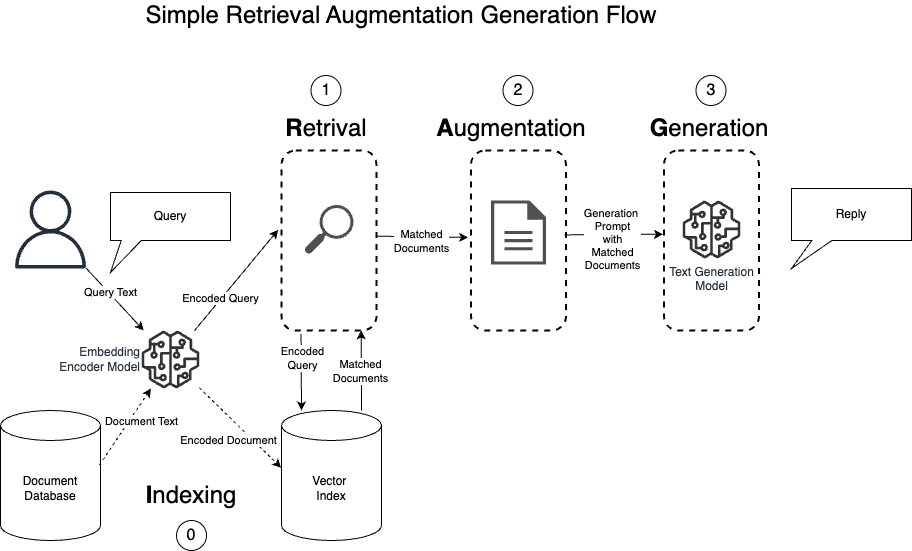
saied89/advanced-rag keeps this draw.io diagram as images/Naiive_RAG.png. Above is the earlier version. Source tidied: cells renumbered, new cells last; positions are measured from the earlier drawing's top-left corner, leaving out a move shared by most shapes.
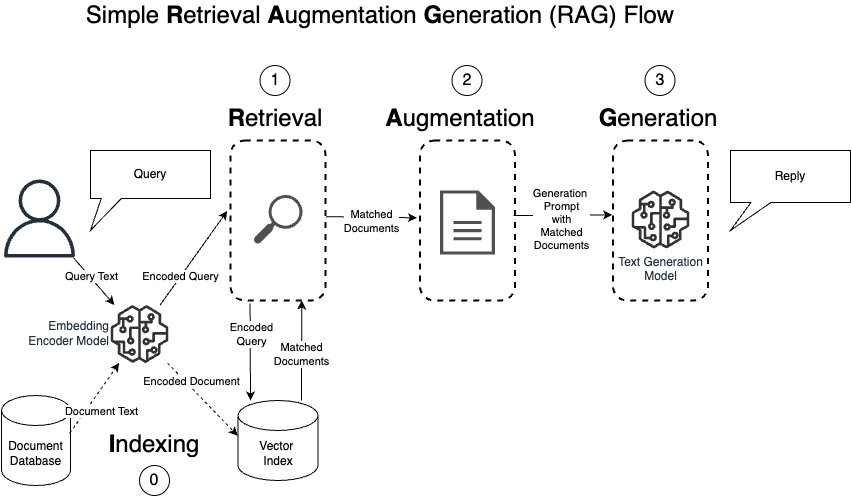
After the change.

Commit message:
Typo and cleanup of diagrams.

Diff of the diagram source:
```diff
@@ -3,28 +3,28 @@
     <mxCell id="0" />
     <mxCell id="1" parent="0" />
     <mxCell id="2" style="sketch=0;outlineConnect=0;fontColor=#232F3E;gradientColor=none;fillColor=#232F3D;strokeColor=none;dashed=0;verticalLabelPosition=bottom;verticalAlign=top;align=center;html=1;fontSize=12;fontStyle=0;shape=mxgraph.aws4.user;" parent="1" vertex="1">
-      <mxGeometry x="11" y="190" width="78" height="78" as="geometry" />
+      <mxGeometry x="51" y="189" width="78" height="78" as="geometry" />
     </mxCell>
     <mxCell id="3" value="Vector&amp;nbsp;&lt;br&gt;Index" style="shape=cylinder3;whiteSpace=wrap;html=1;boundedLbl=1;backgroundOutline=1;size=15;" parent="1" vertex="1">
-      <mxGeometry x="281" y="410" width="100" height="130" as="geometry" />
+      <mxGeometry x="288.5" y="410" width="80" height="80" as="geometry" />
     </mxCell>
     <mxCell id="4" value="Document&lt;div&gt;Database&lt;/div&gt;" style="shape=cylinder3;whiteSpace=wrap;html=1;boundedLbl=1;backgroundOutline=1;size=15;" parent="1" vertex="1">
-      <mxGeometry y="410" width="100" height="130" as="geometry" />
+      <mxGeometry x="52" y="405" width="69" height="90" as="geometry" />
     </mxCell>
     <mxCell id="5" style="rounded=1;whiteSpace=wrap;html=1;strokeWidth=2;dashed=1;" parent="1" vertex="1">
-      <mxGeometry x="281" y="150" width="95" height="180" as="geometry" />
+      <mxGeometry x="281" y="150" width="95" height="160" as="geometry" />
     </mxCell>
     <mxCell id="6" style="rounded=1;whiteSpace=wrap;html=1;strokeWidth=2;dashed=1;" parent="1" vertex="1">
-      <mxGeometry x="470.5" y="150" width="95" height="180" as="geometry" />
+      <mxGeometry x="470.5" y="150" width="95" height="160" as="geometry" />
     </mxCell>
     <mxCell id="7" style="rounded=1;whiteSpace=wrap;html=1;strokeWidth=2;dashed=1;" parent="1" vertex="1">
-      <mxGeometry x="663.5" y="150" width="95" height="180" as="geometry" />
+      <mxGeometry x="663.5" y="150" width="95" height="160" as="geometry" />
     </mxCell>
     <mxCell id="8" value="Query" style="shape=callout;whiteSpace=wrap;html=1;perimeter=calloutPerimeter;position2=0;size=32;position=0.09;" parent="1" vertex="1">
-      <mxGeometry x="110" y="192" width="120" height="80" as="geometry" />
+      <mxGeometry x="141" y="160" width="120" height="80" as="geometry" />
     </mxCell>
     <mxCell id="9" value="Reply" style="shape=callout;whiteSpace=wrap;html=1;perimeter=calloutPerimeter;position2=0;size=28;position=0.17;" parent="1" vertex="1">
-      <mxGeometry x="791" y="188" width="120" height="80" as="geometry" />
+      <mxGeometry x="781" y="160" width="120" height="80" as="geometry" />
     </mxCell>
     <mxCell id="10" value="&lt;font style=&quot;font-size: 16px;&quot;&gt;1&lt;/font&gt;" style="ellipse;whiteSpace=wrap;html=1;fontSize=14;" parent="1" vertex="1">
       <mxGeometry x="310.5" y="75" width="30" height="30" as="geometry" />
@@ -35,7 +35,7 @@
     <mxCell id="12" value="&lt;font style=&quot;font-size: 16px;&quot;&gt;3&lt;/font&gt;" style="ellipse;whiteSpace=wrap;html=1;fontSize=14;" parent="1" vertex="1">
       <mxGeometry x="695.5" y="75" width="30" height="30" as="geometry" />
     </mxCell>
-    <mxCell id="13" value="&lt;b&gt;R&lt;/b&gt;etrival" style="text;html=1;align=center;verticalAlign=middle;whiteSpace=wrap;rounded=0;fontSize=24;" parent="1" vertex="1">
+    <mxCell id="13" value="&lt;b&gt;R&lt;/b&gt;etrieval" style="text;html=1;align=center;verticalAlign=middle;whiteSpace=wrap;rounded=0;fontSize=24;" parent="1" vertex="1">
       <mxGeometry x="276" y="113" width="100" height="30" as="geometry" />
     </mxCell>
     <mxCell id="14" value="&lt;b&gt;A&lt;/b&gt;ugmentation" style="text;html=1;align=center;verticalAlign=middle;whiteSpace=wrap;rounded=0;fontSize=24;" parent="1" vertex="1">
@@ -54,7 +54,7 @@
       <mxGeometry x="490.6" y="200" width="54.9" height="64" as="geometry" />
     </mxCell>
     <mxCell id="19" value="Embedding &lt;br&gt;Encoder Model" style="sketch=0;outlineConnect=0;fontColor=#232F3E;gradientColor=none;fillColor=#333333;strokeColor=none;dashed=0;verticalLabelPosition=middle;verticalAlign=middle;align=right;html=1;fontSize=12;fontStyle=0;shape=mxgraph.aws4.sagemaker_model;labelPosition=left;" parent="1" vertex="1">
-      <mxGeometry x="141" y="330" width="58" height="58" as="geometry" />
+      <mxGeometry x="161" y="314.5" width="58" height="58" as="geometry" />
     </mxCell>
     <mxCell id="20" style="endArrow=classic;html=1;rounded=0;" parent="1" edge="1" source="2" target="19">
       <mxGeometry relative="1" as="geometry" />
@@ -73,7 +73,7 @@
     </mxCell>
     <mxCell id="25" value="Document Text" style="edgeLabel;html=1;align=center;verticalAlign=middle;" parent="24" vertex="1">
       <mxGeometry x="-0.2" y="1" relative="1" as="geometry">
-        <mxPoint x="22" y="-13" as="offset" />
+        <mxPoint x="12" y="6" as="offset" />
       </mxGeometry>
     </mxCell>
     <mxCell id="26" style="endArrow=classic;html=1;rounded=0;entryX=-0.004;entryY=0.44;entryDx=0;entryDy=0;entryPerimeter=0;dashed=1;" parent="1" edge="1" source="19" target="3">
@@ -81,17 +81,21 @@
     </mxCell>
     <mxCell id="27" value="Encoded Document" style="edgeLabel;html=1;align=center;verticalAlign=middle;" parent="26" vertex="1">
       <mxGeometry x="-0.38" y="1" relative="1" as="geometry">
-        <mxPoint x="2" y="28" as="offset" />
+        <mxPoint x="1" y="-4" as="offset" />
       </mxGeometry>
     </mxCell>
-    <mxCell id="28" style="endArrow=classic;html=1;rounded=0;entryX=0.2;entryY=0;entryDx=0;entryDy=0;entryPerimeter=0;exitX=0.206;exitY=1.019;exitDx=0;exitDy=0;exitPerimeter=0;" parent="1" edge="1" source="5" target="3">
-      <mxGeometry relative="1" as="geometry" />
+    <mxCell id="28" style="endArrow=classic;html=1;rounded=0;exitX=0.206;exitY=1.019;exitDx=0;exitDy=0;exitPerimeter=0;" parent="1" edge="1" source="5">
+      <mxGeometry relative="1" as="geometry">
+        <mxPoint x="301" y="410" as="targetPoint" />
+      </mxGeometry>
     </mxCell>
     <mxCell id="29" value="Encoded &lt;br&gt;Query" style="edgeLabel;html=1;align=center;verticalAlign=middle;" parent="28" vertex="1">
       <mxGeometry x="-0.38" y="1" relative="1" as="geometry" />
     </mxCell>
-    <mxCell id="30" style="endArrow=classic;html=1;rounded=0;entryX=0.838;entryY=1;entryDx=0;entryDy=0;entryPerimeter=0;exitX=0.8;exitY=0;exitDx=0;exitDy=0;exitPerimeter=0;" parent="1" edge="1" source="3" target="5">
-      <mxGeometry relative="1" as="geometry" />
+    <mxCell id="30" style="endArrow=classic;html=1;rounded=0;entryX=0.75;entryY=1;entryDx=0;entryDy=0;" parent="1" edge="1" target="5">
+      <mxGeometry relative="1" as="geometry">
+        <mxPoint x="352" y="410" as="sourcePoint" />
+      </mxGeometry>
     </mxCell>
     <mxCell id="31" value="Matched&lt;br&gt;Documents" style="edgeLabel;html=1;align=center;verticalAlign=middle;" parent="30" vertex="1">
       <mxGeometry x="-0.38" y="1" relative="1" as="geometry">
@@ -114,14 +118,14 @@
         <mxPoint x="16" y="5" as="offset" />
       </mxGeometry>
     </mxCell>
-    <mxCell id="36" value="Simple Retrieval Augmentation Generation Flow" style="text;html=1;align=center;verticalAlign=middle;whiteSpace=wrap;rounded=0;fontSize=24;" parent="1" vertex="1">
-      <mxGeometry x="121" width="560" height="30" as="geometry" />
+    <mxCell id="36" value="Simple &lt;b&gt;R&lt;/b&gt;etrieval &lt;b&gt;A&lt;/b&gt;ugmentation &lt;b&gt;G&lt;/b&gt;eneration (RAG) Flow" style="text;html=1;align=center;verticalAlign=middle;whiteSpace=wrap;rounded=0;fontSize=24;" parent="1" vertex="1">
+      <mxGeometry x="131" y="10" width="600" height="30" as="geometry" />
     </mxCell>
     <mxCell id="37" value="&lt;font style=&quot;font-size: 16px;&quot;&gt;0&lt;/font&gt;" style="ellipse;whiteSpace=wrap;html=1;fontSize=14;" parent="1" vertex="1">
-      <mxGeometry x="176" y="520" width="30" height="30" as="geometry" />
+      <mxGeometry x="190" y="475" width="30" height="30" as="geometry" />
     </mxCell>
     <mxCell id="38" value="&lt;b&gt;I&lt;/b&gt;ndexing" style="text;html=1;align=center;verticalAlign=middle;whiteSpace=wrap;rounded=0;fontSize=24;" parent="1" vertex="1">
-      <mxGeometry x="141" y="480" width="100" height="30" as="geometry" />
+      <mxGeometry x="155" y="439" width="100" height="30" as="geometry" />
     </mxCell>
   </root>
 </mxGraphModel>
```
